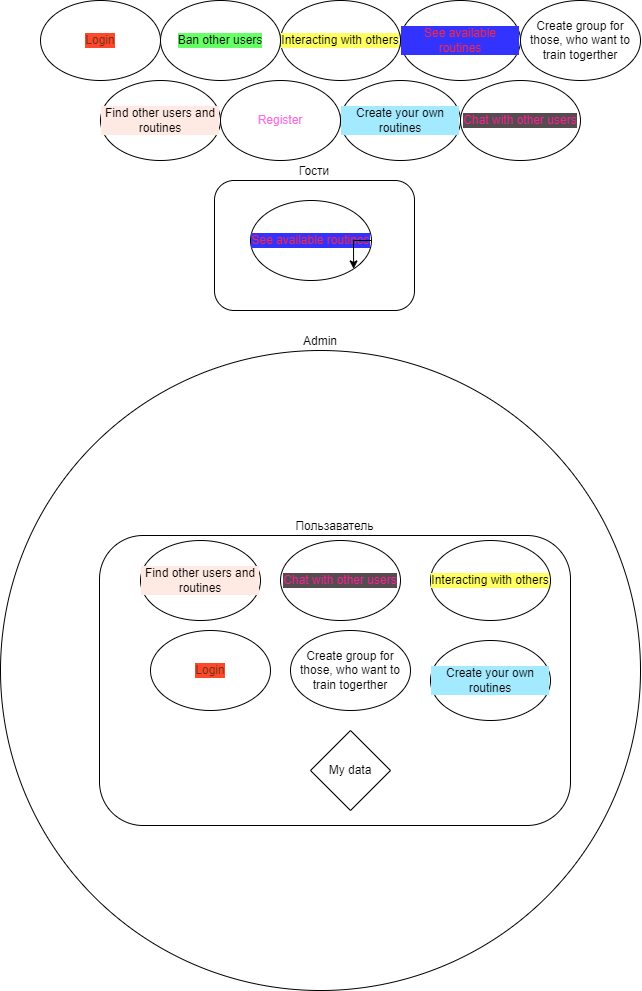
Above: image.png in Maybenex1ime/Web_Project_Autumn_2021 (draw.io), before the change. Source tidied: cells renumbered, new cells last; positions are measured from the earlier drawing's top-left corner, leaving out a move shared by most shapes.
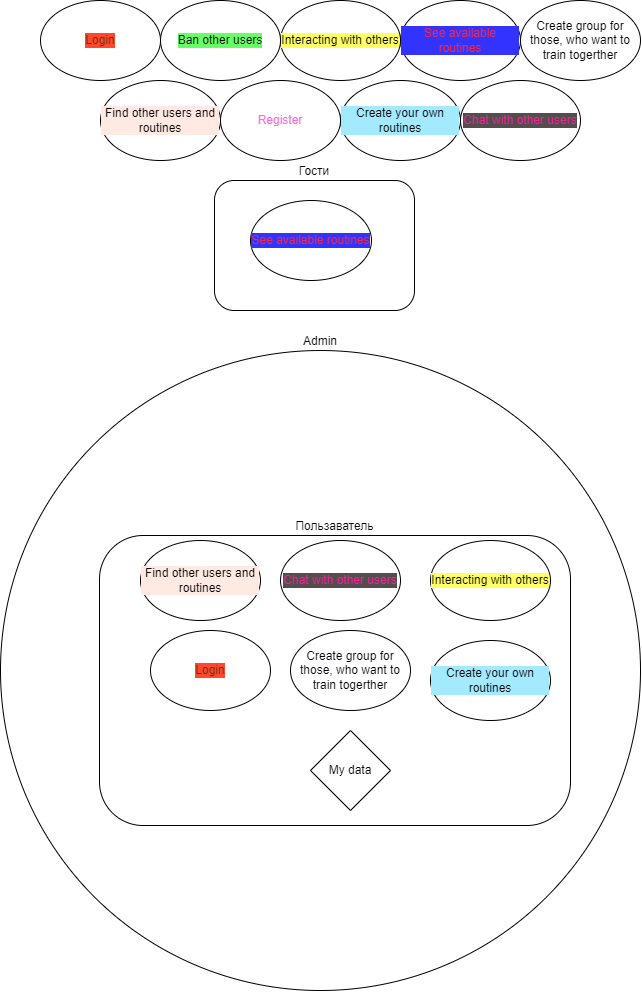
Later version of the same file.

Diff of the diagram source:
```diff
@@ -32,9 +32,6 @@
     <mxCell id="11" value="See available routines" style="ellipse;labelBackgroundColor=#3333FF;fontColor=#FF263C;html=1;whiteSpace=wrap;" parent="1" vertex="1">
       <mxGeometry x="250" y="200" width="121" height="80" as="geometry" />
     </mxCell>
-    <mxCell id="12" style="edgeStyle=orthogonalEdgeStyle;rounded=0;orthogonalLoop=1;jettySize=auto;html=1;exitX=1;exitY=0.5;exitDx=0;exitDy=0;entryX=1;entryY=1;entryDx=0;entryDy=0;fontColor=default;" parent="1" edge="1" source="11" target="11">
-      <mxGeometry relative="1" as="geometry" />
-    </mxCell>
     <mxCell id="13" value="Пользаватель" style="rounded=1;whiteSpace=wrap;html=1;labelBackgroundColor=none;labelBorderColor=none;fontColor=default;labelPosition=center;verticalLabelPosition=top;align=center;verticalAlign=bottom;" parent="1" vertex="1">
       <mxGeometry x="99" y="535" width="471" height="290" as="geometry" />
     </mxCell>
```
